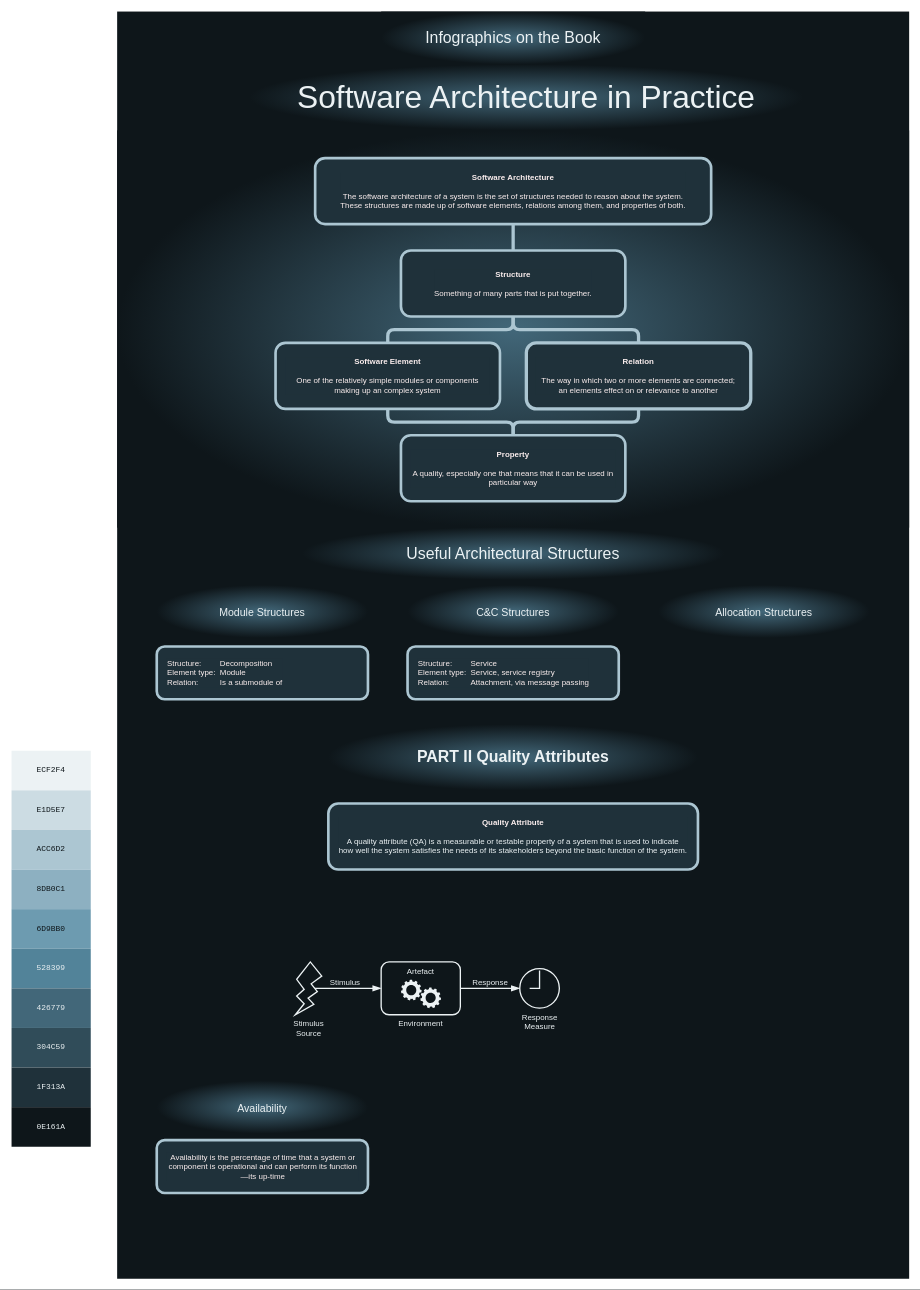
HenrikSamuelsson/reading-sw-architecture-in-practice-4th keeps this draw.io diagram as page "Page-1" (1 of 2) of infographics-software-architecture-in-practise-4th-ed.drawio. Above is the earlier version. Source tidied: cells renumbered, new cells numbered last; positions are measured from the earlier drawing's top-left corner, leaving out a move shared by most shapes. Both pictures are drawn from the tidied source at 66%, with x=0, y=0 at pixel (11, 11).
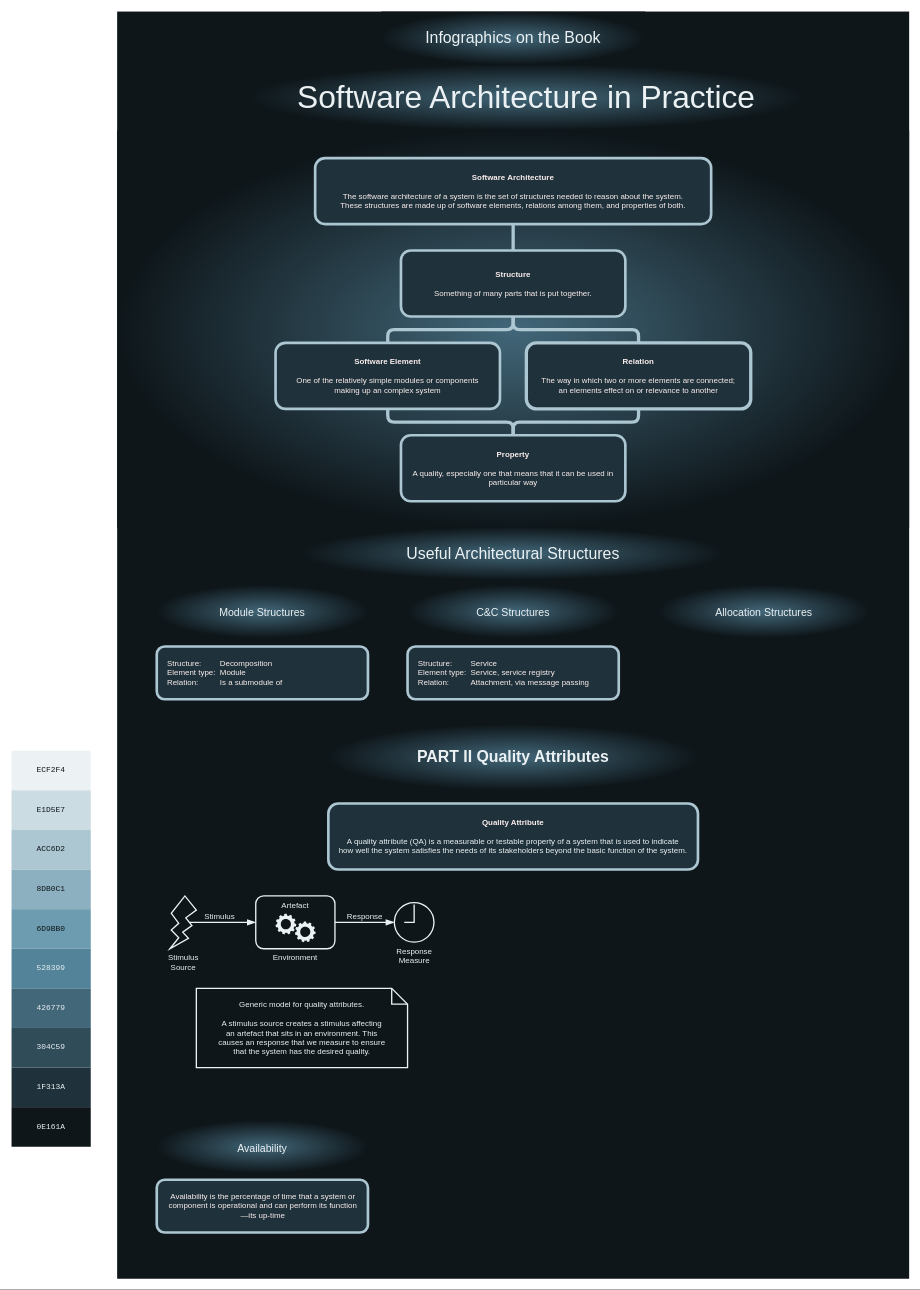
The same page after the edit.

Commit message:
Add note on generic quality attribute model.

The edit, as a diff of the source:
```diff
@@
-    <mxCell id="2" style="rounded=0;whiteSpace=wrap;html=1;fontSize=24;fillColor=#0e161a;strokeColor=none;gradientColor=none;gradientDirection=radial;" parent="1" vertex="1">
+    <mxCell id="2" style="rounded=0;whiteSpace=wrap;html=1;fontSize=24;fillColor=#0e161a;strokeColor=none;gradientColor=none;gradientDirection=radial;spacingRight=0;" parent="1" vertex="1">
       <mxGeometry x="160" width="1200" height="1920" as="geometry" />
     </mxCell>
@@
     <mxCell id="38" style="group;" parent="17" vertex="1">
-      <mxGeometry x="430" y="1440" width="400" height="109" as="geometry" />
+      <mxGeometry x="240" y="1340" width="400" height="109" as="geometry" />
     </mxCell>
@@
     <mxCell id="50" value="&lt;font style=&quot;font-size: 16px;&quot;&gt;Availability&lt;/font&gt;" style="rounded=0;whiteSpace=wrap;html=1;fontSize=24;fillColor=#426779;strokeColor=none;gradientColor=#0e161a;gradientDirection=radial;fontColor=#ECF2F4;" parent="17" vertex="1">
-      <mxGeometry x="220" y="1620" width="320" height="80" as="geometry" />
+      <mxGeometry x="220" y="1680" width="320" height="80" as="geometry" />
     </mxCell>
     <mxCell id="51" value="&lt;div style=&quot;text-align: center;&quot;&gt;&lt;font color=&quot;#fcefef&quot;&gt;Availability is the percentage of time that a system or component is operational and can perform its function—its up-time&lt;/font&gt;&lt;br&gt;&lt;/div&gt;" style="rounded=1;whiteSpace=wrap;html=1;labelBackgroundColor=#1f313a;fontColor=#ecf2f4;fillColor=#1f313a;strokeColor=#acc6d2;strokeWidth=4;spacing=16;align=left;" parent="17" vertex="1">
-      <mxGeometry x="220" y="1710" width="320" height="80" as="geometry" />
+      <mxGeometry x="220" y="1770" width="320" height="80" as="geometry" />
     </mxCell>
+    <mxCell id="52" value="&lt;font color=&quot;#ecf2f4&quot;&gt;Generic model for quality attributes. &lt;br&gt;&lt;br&gt;A stimulus source creates a stimulus affecting an artefact that sits in an environment. This causes an response that we measure to ensure that the system has the desired quality.&lt;/font&gt;" style="shape=note;whiteSpace=wrap;html=1;backgroundOutline=1;darkOpacity=0.05;strokeColor=#ecf2f4;fillColor=#0e161a;strokeWidth=2;verticalAlign=middle;spacing=16;spacingLeft=16;spacingRight=16;spacingTop=0;size=24;" parent="17" vertex="1">
+      <mxGeometry x="280" y="1480" width="320" height="120" as="geometry" />
+    </mxCell>
```
